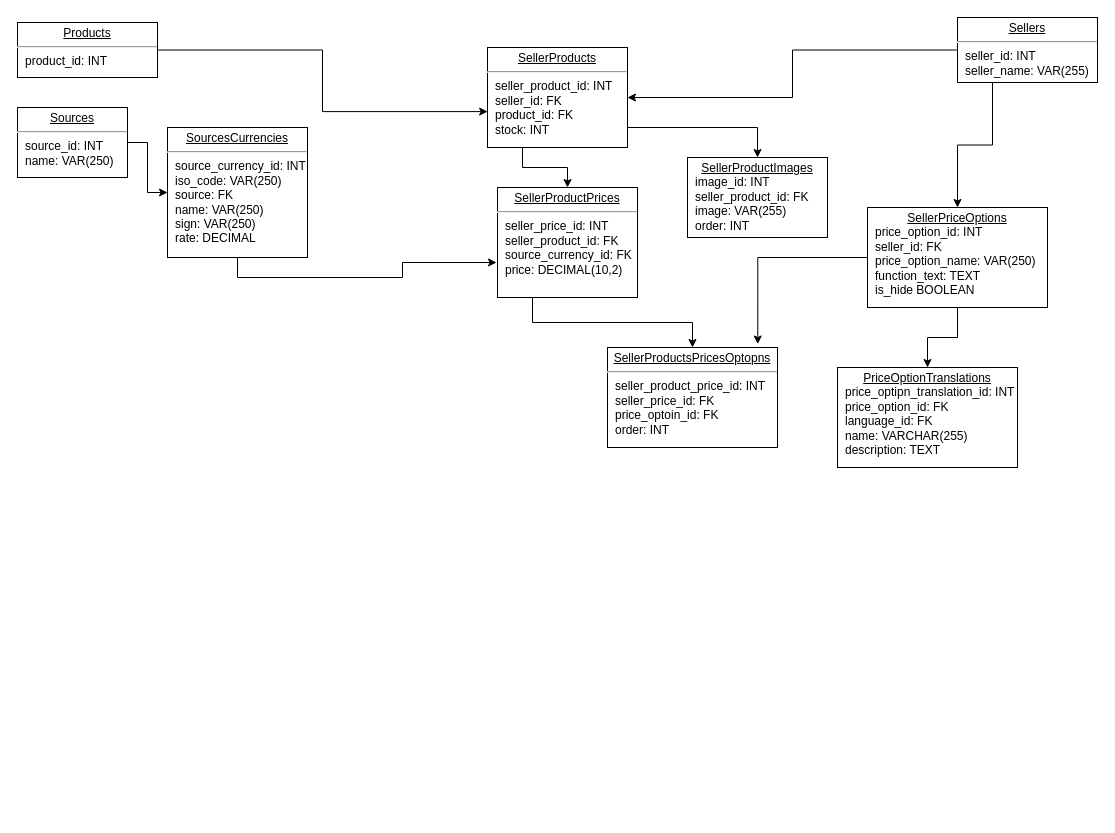
Above: Диаграмма без названия.drawio in vinter-man/db_draw_io (draw.io), before the change. Source tidied: cells renumbered, new cells numbered last; positions are measured from the earlier drawing's top-left corner, leaving out a move shared by most shapes. Both pictures are drawn from the tidied source at 100%, with x=0, y=0 at pixel (17, 17).
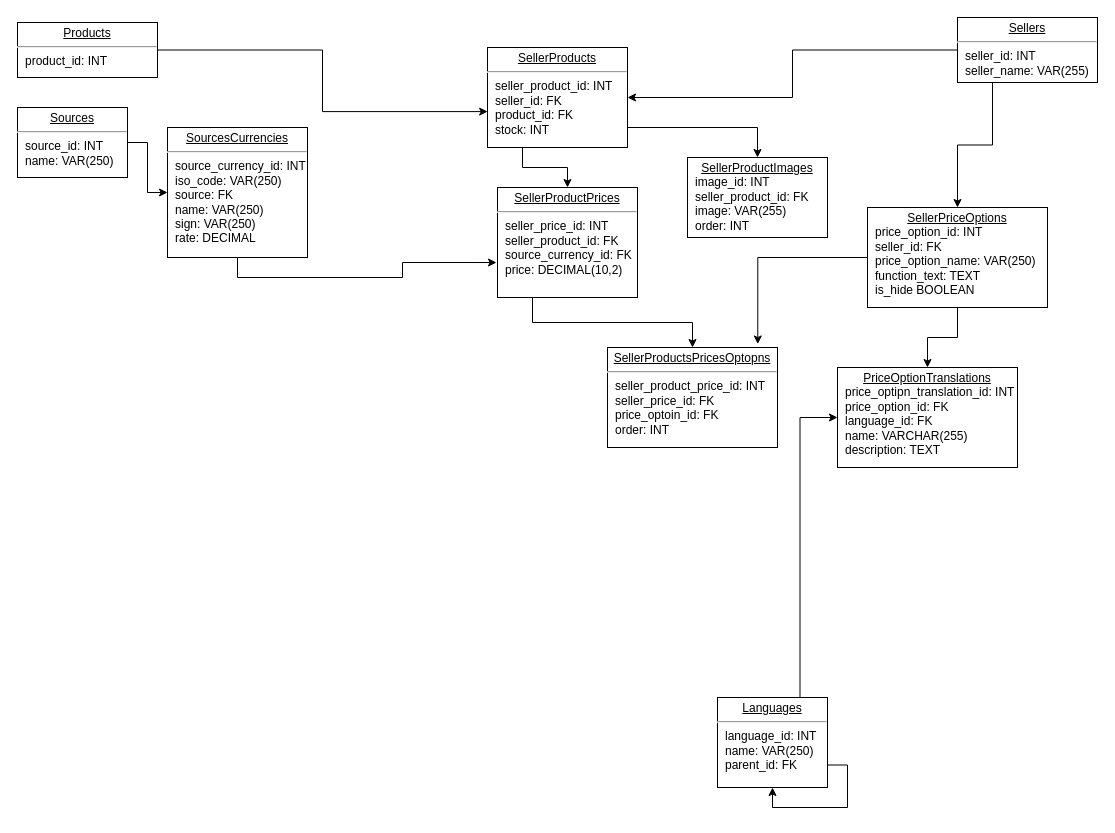
Above is the later version.

Commit message:
add languages table

The change refers to these unchanged cells:
```xml
<mxCell id="12" value="&lt;p style=&quot;margin: 0px ; margin-top: 4px ; text-align: center ; text-decoration: underline&quot;&gt;PriceOptionTranslations&lt;/p&gt;&lt;p style=&quot;margin: 0px ; margin-left: 8px&quot;&gt;price_optipn_translation_id: INT&lt;/p&gt;&lt;p style=&quot;margin: 0px ; margin-left: 8px&quot;&gt;price_option_id: FK&lt;/p&gt;&lt;p style=&quot;margin: 0px ; margin-left: 8px&quot;&gt;language_id: FK&lt;/p&gt;&lt;p style=&quot;margin: 0px ; margin-left: 8px&quot;&gt;name: VARCHAR(255)&lt;br&gt;&lt;/p&gt;&lt;p style=&quot;margin: 0px ; margin-left: 8px&quot;&gt;description: TEXT&lt;br&gt;&lt;/p&gt;&lt;p style=&quot;margin: 0px ; margin-left: 8px&quot;&gt;&lt;span style=&quot;font-family: &amp;quot;Helvetica Neue&amp;quot;; font-size: 13px;&quot;&gt;&amp;nbsp;&lt;/span&gt;&lt;/p&gt;&lt;p style=&quot;margin: 0px ; margin-left: 8px&quot;&gt;&lt;br&gt;&lt;/p&gt;&lt;p style=&quot;margin: 0px ; margin-left: 8px&quot;&gt;&lt;br&gt;&lt;/p&gt;" style="verticalAlign=top;align=left;overflow=fill;fontSize=12;fontFamily=Helvetica;html=1;rounded=0;shadow=0;comic=0;labelBackgroundColor=none;strokeWidth=1;" parent="1" vertex="1">
  <mxGeometry x="820" y="350" width="180" height="100" as="geometry" />
</mxCell>
```

What changed in the source:
```diff
@@
+    <mxCell id="22" style="edgeStyle=orthogonalEdgeStyle;rounded=0;jettySize=auto;html=1;exitX=0.75;exitY=0;exitDx=0;exitDy=0;entryX=0;entryY=0.5;entryDx=0;entryDy=0;" parent="1" edge="1" source="23" target="12">
+      <mxGeometry relative="1" as="geometry" />
+    </mxCell>
+    <mxCell id="23" value="&lt;p style=&quot;margin: 0px ; margin-top: 4px ; text-align: center ; text-decoration: underline&quot;&gt;Languages&lt;/p&gt;&lt;hr&gt;&lt;p style=&quot;margin: 0px ; margin-left: 8px&quot;&gt;language_id: INT&lt;/p&gt;&lt;p style=&quot;margin: 0px ; margin-left: 8px&quot;&gt;name:&amp;nbsp;VAR(250)&lt;/p&gt;&lt;p style=&quot;margin: 0px ; margin-left: 8px&quot;&gt;parent_id: FK&lt;/p&gt;&lt;p style=&quot;margin: 0px ; margin-left: 8px&quot;&gt;&lt;br&gt;&lt;/p&gt;&lt;p style=&quot;margin: 0px ; margin-left: 8px&quot;&gt;&lt;br&gt;&lt;/p&gt;" style="verticalAlign=top;align=left;overflow=fill;fontSize=12;fontFamily=Helvetica;html=1;rounded=0;shadow=0;comic=0;labelBackgroundColor=none;strokeWidth=1;" parent="1" vertex="1">
+      <mxGeometry x="700" y="680" width="110" height="90" as="geometry" />
+    </mxCell>
+    <mxCell id="24" style="edgeStyle=orthogonalEdgeStyle;rounded=0;orthogonalLoop=1;jettySize=auto;html=1;exitX=1;exitY=0.75;exitDx=0;exitDy=0;entryX=0.5;entryY=1;entryDx=0;entryDy=0;" parent="1" edge="1" source="23" target="23">
+      <mxGeometry relative="1" as="geometry" />
+    </mxCell>
```
